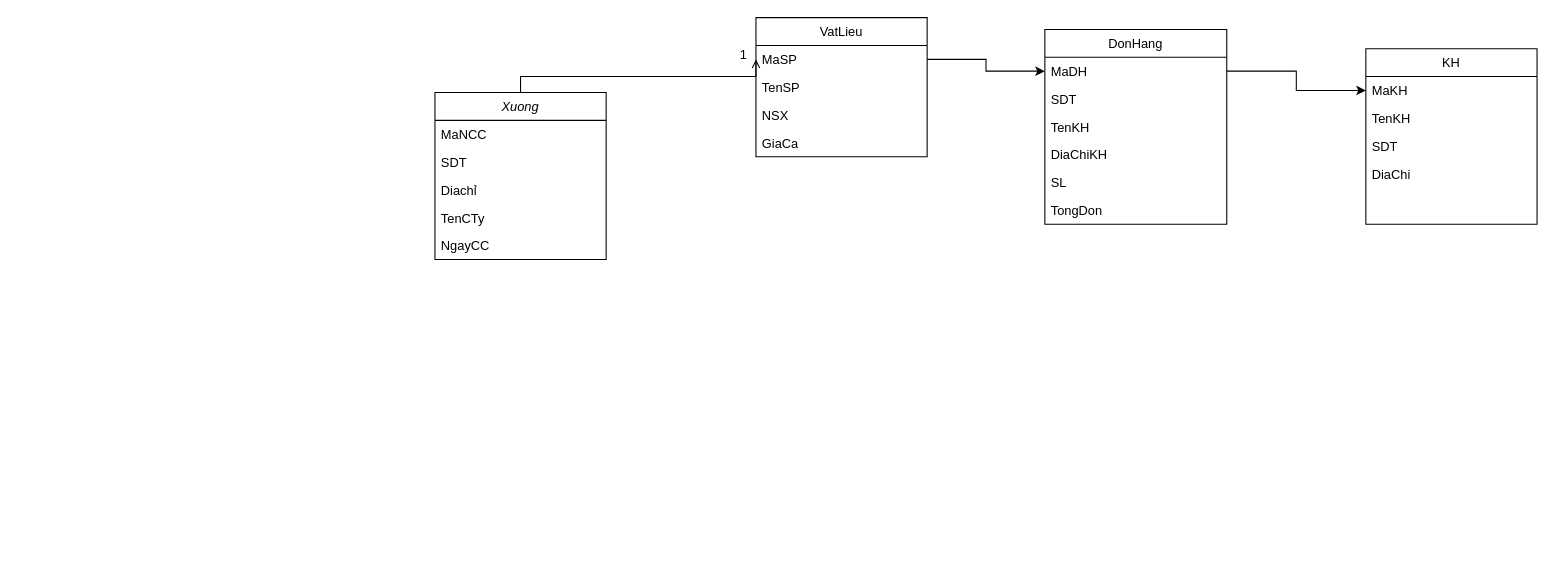
Above: Untitled Diagram.drawio in kyotrandev/kyotrandev (draw.io), before the change. Source tidied: cells renumbered, new cells numbered last; positions are measured from the earlier drawing's top-left corner, leaving out a move shared by most shapes. Both pictures are drawn from the tidied source at 107%, with x=0, y=0 at pixel (434, 17).
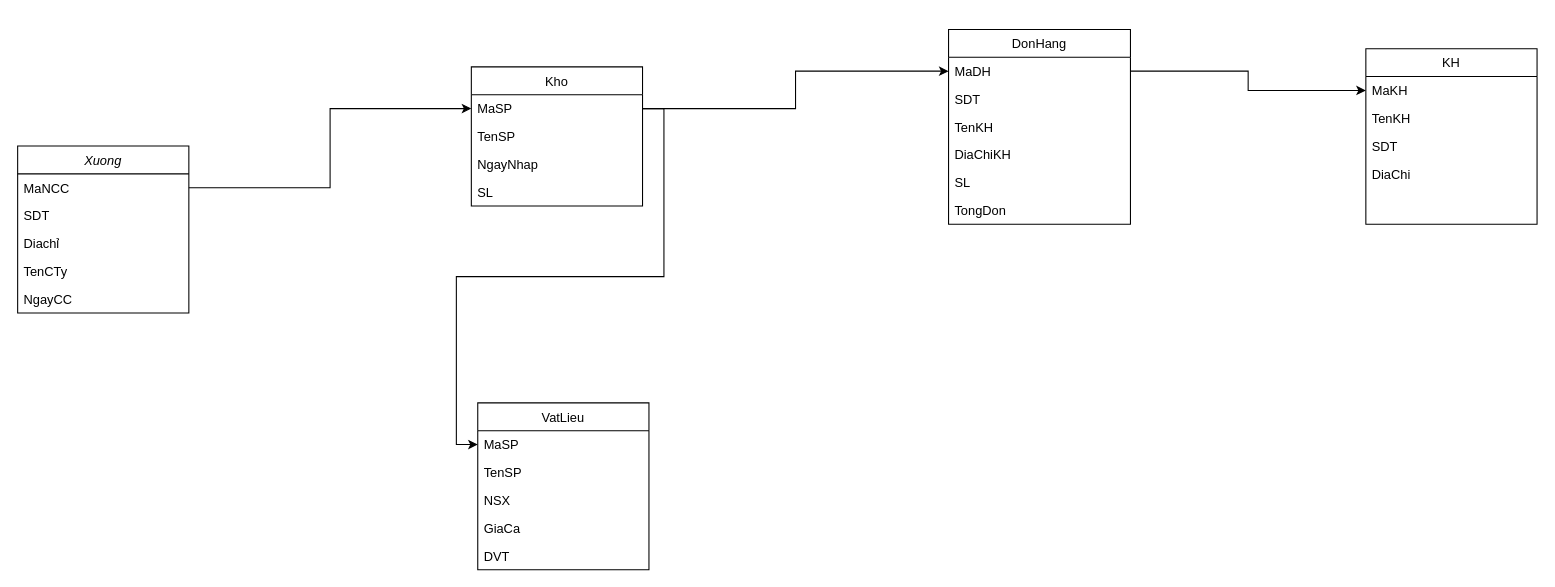
After the change.

Unchanged cells that the change refers to:
```xml
<mxCell id="3" value="MaNCC" style="text;align=left;verticalAlign=top;spacingLeft=4;spacingRight=4;overflow=hidden;points=[[0,0.5],[1,0.5]];portConstraint=eastwest;rounded=0;shadow=0;html=0;" parent="2" vertex="1">
  <mxGeometry y="26" width="160" height="26" as="geometry" />
</mxCell>
<mxCell id="14" value="MaSP" style="text;align=left;verticalAlign=top;spacingLeft=4;spacingRight=4;overflow=hidden;points=[[0,0.5],[1,0.5]];portConstraint=eastwest;" parent="13" vertex="1">
  <mxGeometry y="26" width="160" height="26" as="geometry" />
</mxCell>
<mxCell id="21" value="MaDH" style="text;align=left;verticalAlign=top;spacingLeft=4;spacingRight=4;overflow=hidden;points=[[0,0.5],[1,0.5]];portConstraint=eastwest;rounded=0;shadow=0;html=0;" parent="20" vertex="1">
  <mxGeometry y="26" width="170" height="26" as="geometry" />
</mxCell>
```

The edit, as a diff of the source:
```diff
@@
     <mxCell id="2" value="Xuong" style="swimlane;fontStyle=2;align=center;verticalAlign=top;horizontal=1;startSize=26;rounded=0;shadow=0;strokeWidth=1;" parent="1" vertex="1">
-      <mxGeometry y="70" width="160" height="156" as="geometry" />
+      <mxGeometry x="-390" y="120" width="160" height="156" as="geometry" />
     </mxCell>
@@
     <mxCell id="13" value="VatLieu" style="swimlane;fontStyle=0;align=center;verticalAlign=top;horizontal=1;startSize=26;rounded=0;shadow=0;strokeWidth=1;" parent="1" vertex="1">
-      <mxGeometry x="300" width="160" height="130" as="geometry" />
+      <mxGeometry x="40" y="360" width="160" height="156" as="geometry" />
     </mxCell>
@@
-    <mxCell id="18" style="endArrow=open;shadow=0;strokeWidth=1;rounded=0;endFill=1;edgeStyle=elbowEdgeStyle;elbow=vertical;entryX=0;entryY=0.5;entryDx=0;entryDy=0;" parent="1" edge="1" source="2" target="14">
-      <mxGeometry x="0.5" y="41" relative="1" as="geometry">
-        <mxPoint x="-40" y="32" as="offset" />
-      </mxGeometry>
-    </mxCell>
-    <mxCell id="19" value="1" style="align=right;verticalAlign=bottom;labelBackgroundColor=none;fontSize=12;" parent="18" vertex="1">
-      <mxGeometry x="1" relative="1" as="geometry">
-        <mxPoint x="-7" y="4" as="offset" />
-      </mxGeometry>
-    </mxCell>
+    <mxCell id="29" value="DVT" style="text;align=left;verticalAlign=top;spacingLeft=4;spacingRight=4;overflow=hidden;rounded=0;shadow=0;html=0;" parent="13" vertex="1">
+      <mxGeometry y="130" width="160" height="26" as="geometry" />
+    </mxCell>
     <mxCell id="20" value="DonHang" style="swimlane;fontStyle=0;align=center;verticalAlign=top;horizontal=1;startSize=26;rounded=0;shadow=0;strokeWidth=1;" parent="1" vertex="1">
-      <mxGeometry x="570" y="11" width="170" height="182" as="geometry" />
+      <mxGeometry x="480" y="11" width="170" height="182" as="geometry" />
     </mxCell>
@@
-    <mxCell id="27" style="edgeStyle=orthogonalEdgeStyle;rounded=0;jettySize=auto;html=1;entryX=0;entryY=0.5;entryDx=0;entryDy=0;" parent="1" edge="1" source="14" target="21">
+    <mxCell id="27" style="edgeStyle=orthogonalEdgeStyle;rounded=0;jettySize=auto;html=1;entryX=0;entryY=0.5;entryDx=0;entryDy=0;exitX=1;exitY=0.5;exitDx=0;exitDy=0;" parent="1" edge="1" source="31" target="21">
       <mxGeometry relative="1" as="geometry" />
     </mxCell>
@@
+    <mxCell id="30" value="Kho" style="swimlane;fontStyle=0;align=center;verticalAlign=top;horizontal=1;startSize=26;rounded=0;shadow=0;strokeWidth=1;" parent="1" vertex="1">
+      <mxGeometry x="34" y="46" width="160" height="130" as="geometry" />
+    </mxCell>
+    <mxCell id="31" value="MaSP" style="text;align=left;verticalAlign=top;spacingLeft=4;spacingRight=4;overflow=hidden;points=[[0,0.5],[1,0.5]];portConstraint=eastwest;" parent="30" vertex="1">
+      <mxGeometry y="26" width="160" height="26" as="geometry" />
+    </mxCell>
+    <mxCell id="32" value="TenSP" style="text;align=left;verticalAlign=top;spacingLeft=4;spacingRight=4;overflow=hidden;rounded=0;shadow=0;html=0;" parent="30" vertex="1">
+      <mxGeometry y="52" width="160" height="26" as="geometry" />
+    </mxCell>
+    <mxCell id="33" value="NgayNhap" style="text;align=left;verticalAlign=top;spacingLeft=4;spacingRight=4;overflow=hidden;rounded=0;shadow=0;html=0;" parent="30" vertex="1">
+      <mxGeometry y="78" width="160" height="26" as="geometry" />
+    </mxCell>
+    <mxCell id="34" value="SL" style="text;align=left;verticalAlign=top;spacingLeft=4;spacingRight=4;overflow=hidden;rounded=0;shadow=0;html=0;" parent="30" vertex="1">
+      <mxGeometry y="104" width="160" height="26" as="geometry" />
+    </mxCell>
+    <mxCell id="35" style="edgeStyle=orthogonalEdgeStyle;rounded=0;jettySize=auto;html=1;entryX=0;entryY=0.5;entryDx=0;entryDy=0;" parent="1" edge="1" source="3" target="31">
+      <mxGeometry relative="1" as="geometry" />
+    </mxCell>
+    <mxCell id="36" style="edgeStyle=orthogonalEdgeStyle;rounded=0;jettySize=auto;html=1;entryX=0;entryY=0.5;entryDx=0;entryDy=0;" parent="1" edge="1" source="31" target="14">
+      <mxGeometry relative="1" as="geometry" />
+    </mxCell>
```
